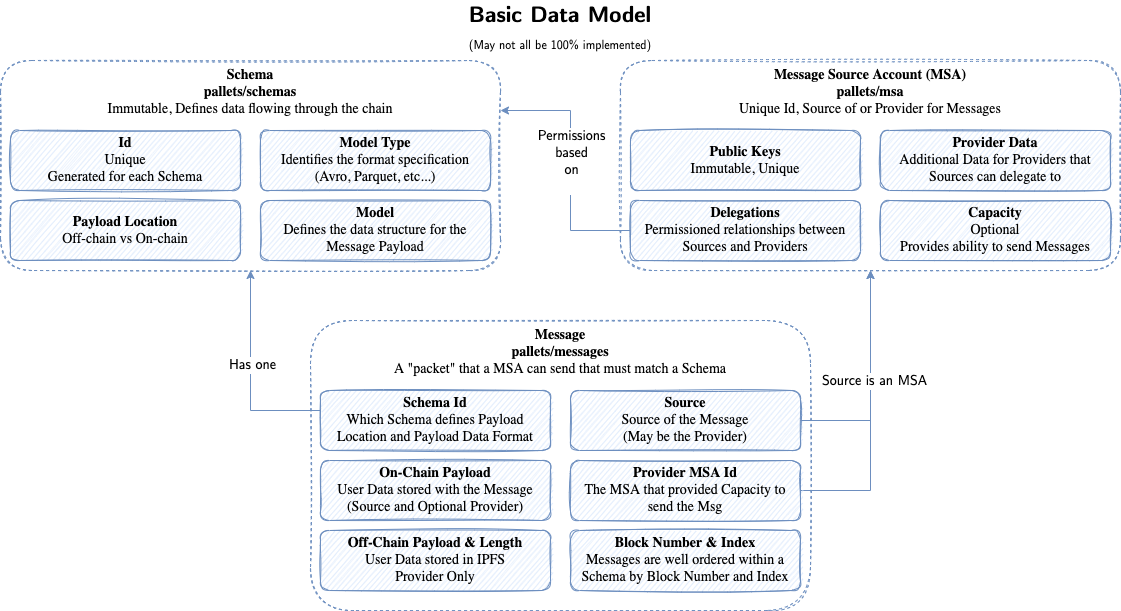
LibertyDSNP/DesignDocs keeps this draw.io diagram as img/BasicDataModel.drawio.png. Above is the earlier version. Source tidied: cells renumbered, new cells last; positions are measured from the earlier drawing's top-left corner, leaving out a move shared by most shapes.
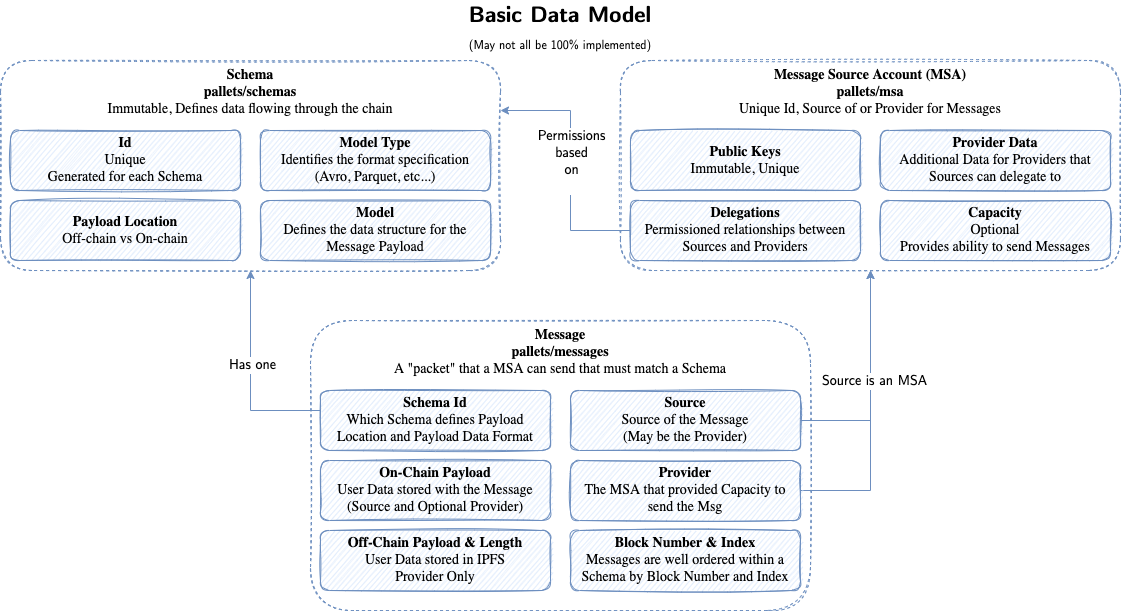
The same file after the commit.

Diff of the diagram source:
```diff
@@ -13,7 +13,7 @@
         <mxPoint x="870" y="270" as="targetPoint" />
       </mxGeometry>
     </mxCell>
-    <mxCell id="5" value="&lt;div&gt;&lt;b&gt;Provider MSA Id&lt;/b&gt;&lt;br&gt;&lt;/div&gt;&lt;div&gt;The MSA that provided Capacity to send the Msg&lt;br&gt;&lt;/div&gt;" style="whiteSpace=wrap;html=1;fontFamily=CMU Sans Serif;align=center;verticalAlign=middle;spacingTop=0;glass=0;fontSize=14;sketch=1;rounded=1;fillColor=#dae8fc;strokeColor=#6c8ebf;" parent="1" vertex="1">
+    <mxCell id="5" value="&lt;div&gt;&lt;b&gt;Provider&lt;/b&gt;&lt;/div&gt;&lt;div&gt;&lt;span style=&quot;background-color: initial;&quot;&gt;The MSA that provided Capacity to send the Msg&lt;/span&gt;&lt;/div&gt;" style="whiteSpace=wrap;html=1;fontFamily=CMU Sans Serif;align=center;verticalAlign=middle;spacingTop=0;glass=0;fontSize=14;sketch=1;rounded=1;fillColor=#dae8fc;strokeColor=#6c8ebf;" parent="1" vertex="1">
       <mxGeometry x="570" y="460" width="230" height="60" as="geometry" />
     </mxCell>
     <mxCell id="6" style="edgeStyle=orthogonalEdgeStyle;rounded=0;jettySize=auto;html=1;entryX=0.5;entryY=1;entryDx=0;entryDy=0;fontFamily=CM Sans;fontSource=https%3A%2F%2Fcdn.jsdelivr.net%2Fgh%2Fdreampulse%2Fcomputer-modern-web-font%40master%2Ffont%2FSans%2Fcmunss.woff;fontSize=14;fillColor=#dae8fc;strokeColor=#6c8ebf;" parent="1" edge="1" source="8" target="2">
```
